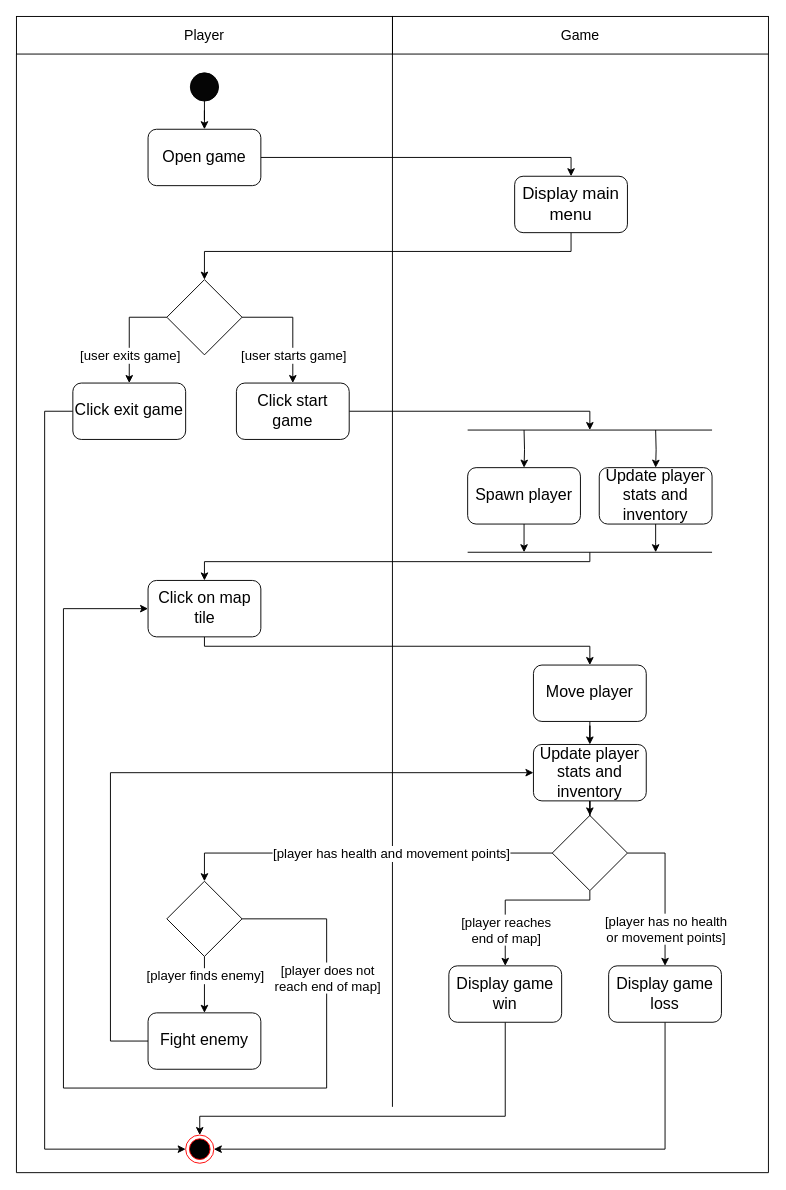
Before: Activity Diagram.drawio in ahammond3aws/DC2SEN, a draw.io diagram. Source tidied: cells renumbered, new cells numbered last; positions are measured from the earlier drawing's top-left corner, leaving out a move shared by most shapes. Both pictures are drawn from the tidied source at 94%, with x=0, y=0 at pixel (16, 16).
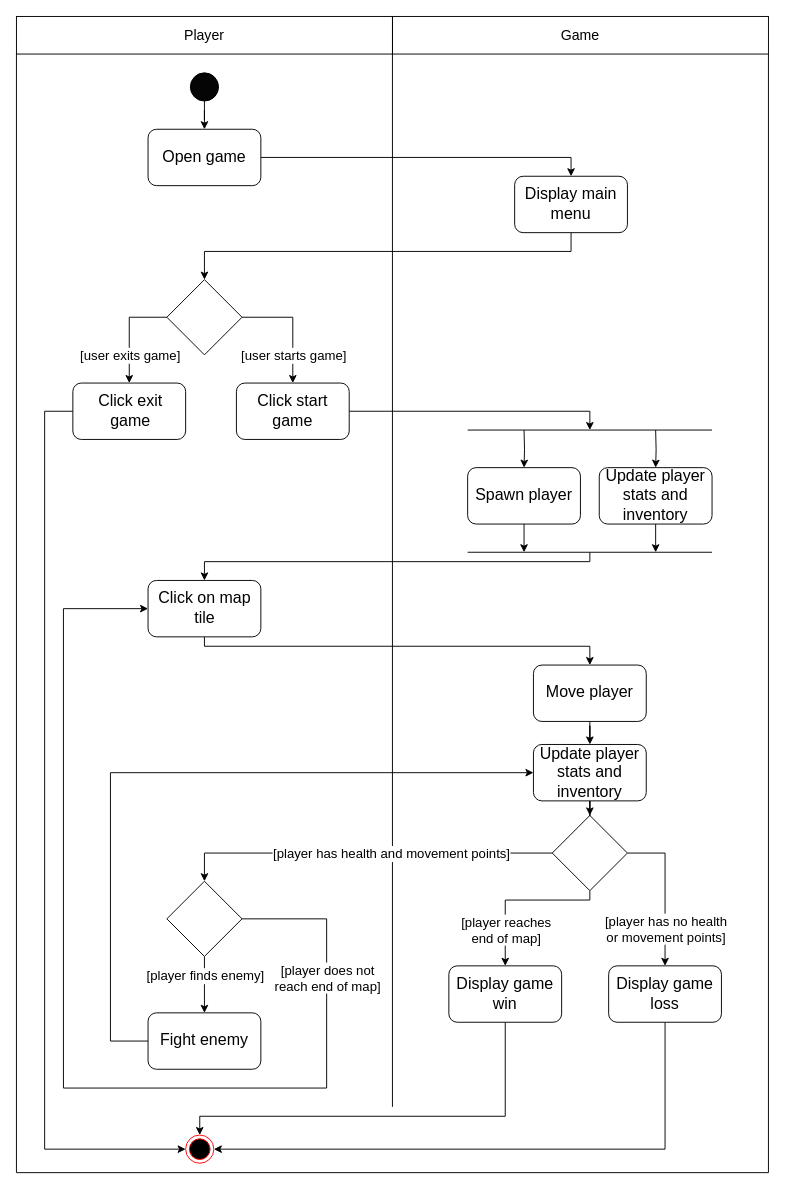
The same page after the edit.

Change to the diagram source:
```diff
@@
-    <mxCell id="22" value="Display main menu" style="rounded=1;whiteSpace=wrap;html=1;fillColor=#FFFFFF;fontSize=18;" parent="1" vertex="1">
+    <mxCell id="22" value="Display main menu" style="rounded=1;whiteSpace=wrap;html=1;fillColor=#FFFFFF;fontSize=17;" parent="1" vertex="1">
       <mxGeometry x="530" y="170" width="120" height="60" as="geometry" />
     </mxCell>
@@
-    <mxCell id="54" value="Click exit game" style="rounded=1;whiteSpace=wrap;html=1;fillColor=#FFFFFF;fontSize=17;" parent="1" vertex="1">
+    <mxCell id="54" value="Click exit game" style="rounded=1;whiteSpace=wrap;html=1;fillColor=#FFFFFF;fontSize=17;spacingLeft=3;" parent="1" vertex="1">
       <mxGeometry x="60" y="390" width="120" height="60" as="geometry" />
     </mxCell>
```
